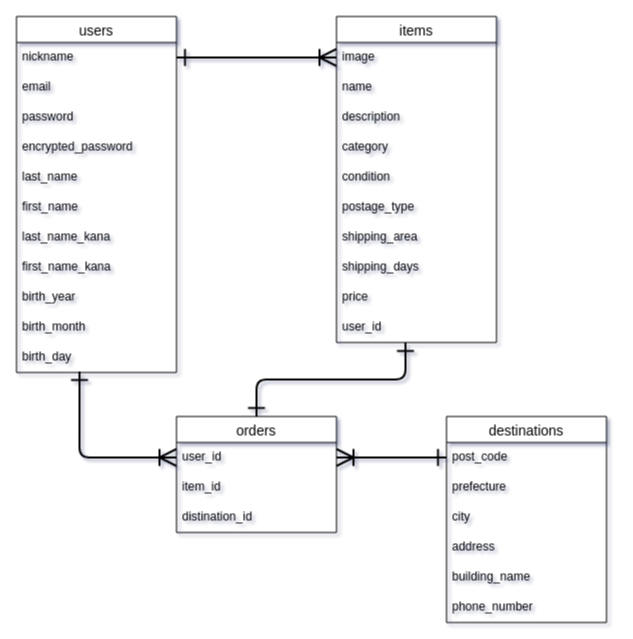
Above: ER_fig.dio in serohan2021/furima-32842 (draw.io), before the change. Source tidied: cells renumbered, new cells numbered last; positions are measured from the earlier drawing's top-left corner, leaving out a move shared by most shapes. Both pictures are drawn from the tidied source at 100%, with x=0, y=0 at pixel (16, 16).
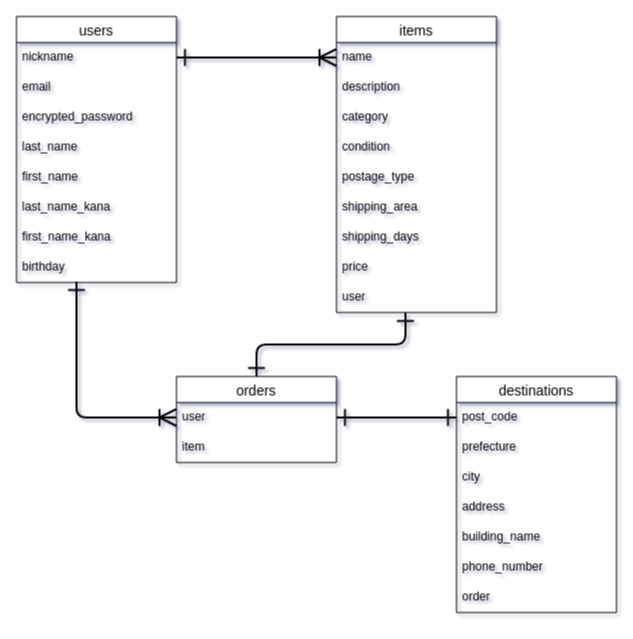
The same page after the edit.

Commit message (it also covers changes not shown here):
ER図とREADMEの修正

コードレビューコメント箇所を趨勢

Unchanged cells that the change refers to:
```xml
<mxCell id="3" value="nickname" style="text;strokeColor=none;fillColor=none;spacingLeft=4;spacingRight=4;overflow=hidden;points=[[0,0.5],[1,0.5]];portConstraint=eastwest;fontSize=12;" parent="2" vertex="1">
  <mxGeometry y="26" width="160" height="30" as="geometry" />
</mxCell>
<mxCell id="30" value="post_code" style="text;strokeColor=none;fillColor=none;spacingLeft=4;spacingRight=4;overflow=hidden;points=[[0,0.5],[1,0.5]];portConstraint=eastwest;fontSize=12;" parent="29" vertex="1">
  <mxGeometry y="26" width="160" height="30" as="geometry" />
</mxCell>
```

Change to the diagram source:
```diff
@@
     <mxCell id="2" value="users" style="swimlane;fontStyle=0;horizontal=1;startSize=26;align=center;fontSize=14;html=0;" parent="1" vertex="1">
-      <mxGeometry width="160" height="356" as="geometry" />
+      <mxGeometry width="160" height="266" as="geometry" />
     </mxCell>
@@
-    <mxCell id="5" value="password" style="text;strokeColor=none;fillColor=none;spacingLeft=4;spacingRight=4;overflow=hidden;fontSize=12;" parent="2" vertex="1">
-      <mxGeometry y="86" width="160" height="30" as="geometry" />
-    </mxCell>
     <mxCell id="6" value="encrypted_password" style="text;strokeColor=none;fillColor=none;spacingLeft=4;spacingRight=4;overflow=hidden;fontSize=12;" parent="2" vertex="1">
-      <mxGeometry y="116" width="160" height="30" as="geometry" />
+      <mxGeometry y="86" width="160" height="30" as="geometry" />
     </mxCell>
     <mxCell id="7" value="last_name" style="text;strokeColor=none;fillColor=none;spacingLeft=4;spacingRight=4;overflow=hidden;fontSize=12;" parent="2" vertex="1">
-      <mxGeometry y="146" width="160" height="30" as="geometry" />
+      <mxGeometry y="116" width="160" height="30" as="geometry" />
     </mxCell>
     <mxCell id="8" value="first_name" style="text;strokeColor=none;fillColor=none;spacingLeft=4;spacingRight=4;overflow=hidden;fontSize=12;" parent="2" vertex="1">
-      <mxGeometry y="176" width="160" height="30" as="geometry" />
+      <mxGeometry y="146" width="160" height="30" as="geometry" />
     </mxCell>
     <mxCell id="9" value="last_name_kana" style="text;strokeColor=none;fillColor=none;spacingLeft=4;spacingRight=4;overflow=hidden;fontSize=12;" parent="2" vertex="1">
-      <mxGeometry y="206" width="160" height="30" as="geometry" />
+      <mxGeometry y="176" width="160" height="30" as="geometry" />
     </mxCell>
     <mxCell id="10" value="first_name_kana" style="text;strokeColor=none;fillColor=none;spacingLeft=4;spacingRight=4;overflow=hidden;fontSize=12;" parent="2" vertex="1">
-      <mxGeometry y="236" width="160" height="30" as="geometry" />
+      <mxGeometry y="206" width="160" height="30" as="geometry" />
     </mxCell>
-    <mxCell id="11" value="birth_year" style="text;strokeColor=none;fillColor=none;spacingLeft=4;spacingRight=4;overflow=hidden;fontSize=12;" parent="2" vertex="1">
-      <mxGeometry y="266" width="160" height="30" as="geometry" />
-    </mxCell>
-    <mxCell id="12" value="birth_month" style="text;strokeColor=none;fillColor=none;spacingLeft=4;spacingRight=4;overflow=hidden;fontSize=12;" parent="2" vertex="1">
-      <mxGeometry y="296" width="160" height="30" as="geometry" />
-    </mxCell>
-    <mxCell id="13" value="birth_day" style="text;strokeColor=none;fillColor=none;spacingLeft=4;spacingRight=4;overflow=hidden;points=[[0,0.5],[1,0.5]];portConstraint=eastwest;fontSize=12;" parent="2" vertex="1">
-      <mxGeometry y="326" width="160" height="30" as="geometry" />
-    </mxCell>
+    <mxCell id="40" value="birthday" style="text;strokeColor=none;fillColor=none;spacingLeft=4;spacingRight=4;overflow=hidden;points=[[0,0.5],[1,0.5]];portConstraint=eastwest;fontSize=12;" parent="2" vertex="1">
+      <mxGeometry y="236" width="160" height="30" as="geometry" />
+    </mxCell>
     <mxCell id="14" value="items" style="swimlane;fontStyle=0;horizontal=1;startSize=26;align=center;fontSize=14;html=0;" parent="1" vertex="1">
-      <mxGeometry x="320" width="160" height="326" as="geometry" />
+      <mxGeometry x="320" width="160" height="296" as="geometry" />
     </mxCell>
-    <mxCell id="15" value="image" style="text;strokeColor=none;fillColor=none;spacingLeft=4;spacingRight=4;overflow=hidden;points=[[0,0.5],[1,0.5]];portConstraint=eastwest;fontSize=12;" parent="14" vertex="1">
-      <mxGeometry y="26" width="160" height="30" as="geometry" />
-    </mxCell>
     <mxCell id="16" value="name" style="text;strokeColor=none;fillColor=none;spacingLeft=4;spacingRight=4;overflow=hidden;fontSize=12;" parent="14" vertex="1">
-      <mxGeometry y="56" width="160" height="30" as="geometry" />
+      <mxGeometry y="26" width="160" height="30" as="geometry" />
     </mxCell>
     <mxCell id="17" value="description" style="text;strokeColor=none;fillColor=none;spacingLeft=4;spacingRight=4;overflow=hidden;fontSize=12;" parent="14" vertex="1">
-      <mxGeometry y="86" width="160" height="30" as="geometry" />
+      <mxGeometry y="56" width="160" height="30" as="geometry" />
     </mxCell>
     <mxCell id="18" value="category" style="text;strokeColor=none;fillColor=none;spacingLeft=4;spacingRight=4;overflow=hidden;fontSize=12;" parent="14" vertex="1">
-      <mxGeometry y="116" width="160" height="30" as="geometry" />
+      <mxGeometry y="86" width="160" height="30" as="geometry" />
     </mxCell>
     <mxCell id="19" value="condition" style="text;strokeColor=none;fillColor=none;spacingLeft=4;spacingRight=4;overflow=hidden;fontSize=12;" parent="14" vertex="1">
-      <mxGeometry y="146" width="160" height="30" as="geometry" />
+      <mxGeometry y="116" width="160" height="30" as="geometry" />
     </mxCell>
     <mxCell id="20" value="postage_type" style="text;strokeColor=none;fillColor=none;spacingLeft=4;spacingRight=4;overflow=hidden;fontSize=12;" parent="14" vertex="1">
-      <mxGeometry y="176" width="160" height="30" as="geometry" />
+      <mxGeometry y="146" width="160" height="30" as="geometry" />
     </mxCell>
     <mxCell id="21" value="shipping_area" style="text;strokeColor=none;fillColor=none;spacingLeft=4;spacingRight=4;overflow=hidden;fontSize=12;" parent="14" vertex="1">
-      <mxGeometry y="206" width="160" height="30" as="geometry" />
+      <mxGeometry y="176" width="160" height="30" as="geometry" />
     </mxCell>
     <mxCell id="22" value="shipping_days" style="text;strokeColor=none;fillColor=none;spacingLeft=4;spacingRight=4;overflow=hidden;fontSize=12;" parent="14" vertex="1">
-      <mxGeometry y="236" width="160" height="30" as="geometry" />
+      <mxGeometry y="206" width="160" height="30" as="geometry" />
     </mxCell>
     <mxCell id="23" value="price" style="text;strokeColor=none;fillColor=none;spacingLeft=4;spacingRight=4;overflow=hidden;fontSize=12;" parent="14" vertex="1">
-      <mxGeometry y="266" width="160" height="30" as="geometry" />
+      <mxGeometry y="236" width="160" height="30" as="geometry" />
     </mxCell>
-    <mxCell id="24" value="user_id" style="text;strokeColor=none;fillColor=none;spacingLeft=4;spacingRight=4;overflow=hidden;points=[[0,0.5],[1,0.5]];portConstraint=eastwest;fontSize=12;" parent="14" vertex="1">
-      <mxGeometry y="296" width="160" height="30" as="geometry" />
+    <mxCell id="24" value="user" style="text;strokeColor=none;fillColor=none;spacingLeft=4;spacingRight=4;overflow=hidden;points=[[0,0.5],[1,0.5]];portConstraint=eastwest;fontSize=12;" parent="14" vertex="1">
+      <mxGeometry y="266" width="160" height="30" as="geometry" />
     </mxCell>
     <mxCell id="25" value="orders" style="swimlane;fontStyle=0;horizontal=1;startSize=26;align=center;fontSize=14;html=0;" parent="1" vertex="1">
-      <mxGeometry x="160" y="400" width="160" height="116" as="geometry" />
+      <mxGeometry x="160" y="360" width="160" height="86" as="geometry" />
     </mxCell>
-    <mxCell id="26" value="user_id" style="text;strokeColor=none;fillColor=none;spacingLeft=4;spacingRight=4;overflow=hidden;points=[[0,0.5],[1,0.5]];portConstraint=eastwest;fontSize=12;" parent="25" vertex="1">
+    <mxCell id="26" value="user" style="text;strokeColor=none;fillColor=none;spacingLeft=4;spacingRight=4;overflow=hidden;points=[[0,0.5],[1,0.5]];portConstraint=eastwest;fontSize=12;" parent="25" vertex="1">
       <mxGeometry y="26" width="160" height="30" as="geometry" />
     </mxCell>
-    <mxCell id="27" value="item_id" style="text;strokeColor=none;fillColor=none;spacingLeft=4;spacingRight=4;overflow=hidden;fontSize=12;" parent="25" vertex="1">
+    <mxCell id="27" value="item" style="text;strokeColor=none;fillColor=none;spacingLeft=4;spacingRight=4;overflow=hidden;fontSize=12;" parent="25" vertex="1">
       <mxGeometry y="56" width="160" height="30" as="geometry" />
     </mxCell>
-    <mxCell id="28" value="distination_id" style="text;strokeColor=none;fillColor=none;spacingLeft=4;spacingRight=4;overflow=hidden;fontSize=12;" parent="25" vertex="1">
-      <mxGeometry y="86" width="160" height="30" as="geometry" />
-    </mxCell>
-    <mxCell id="29" value="destinations" style="swimlane;fontStyle=0;horizontal=1;startSize=26;align=center;fontSize=14;html=0;" parent="1" vertex="1">
-      <mxGeometry x="430" y="400" width="160" height="206" as="geometry" />
+    <mxCell id="29" value="destinations" style="swimlane;fontStyle=0;horizontal=1;startSize=26;align=center;fontSize=14;html=0;labelBorderColor=none;" parent="1" vertex="1">
+      <mxGeometry x="440" y="360" width="160" height="236" as="geometry" />
     </mxCell>
@@
+    <mxCell id="41" value="order" style="text;strokeColor=none;fillColor=none;spacingLeft=4;spacingRight=4;overflow=hidden;fontSize=12;" parent="29" vertex="1">
+      <mxGeometry y="206" width="160" height="30" as="geometry" />
+    </mxCell>
-    <mxCell id="36" style="fontSize=12;html=1;endArrow=ERoneToMany;startArrow=ERone;entryX=1;entryY=0.5;entryDx=0;entryDy=0;strokeWidth=2;endSize=14;startSize=14;targetPerimeterSpacing=0;startFill=0;endFill=0;exitX=0;exitY=0.5;exitDx=0;exitDy=0;" parent="1" edge="1" target="26">
-      <mxGeometry relative="1" as="geometry">
-        <mxPoint x="430" y="441" as="sourcePoint" />
-      </mxGeometry>
+    <mxCell id="36" style="fontSize=12;html=1;endArrow=ERone;startArrow=ERone;entryX=1;entryY=0.5;entryDx=0;entryDy=0;strokeWidth=2;endSize=14;startSize=14;targetPerimeterSpacing=0;startFill=0;endFill=0;exitX=0;exitY=0.5;exitDx=0;exitDy=0;" parent="1" edge="1" source="30" target="26">
+      <mxGeometry relative="1" as="geometry" />
     </mxCell>
-    <mxCell id="37" style="edgeStyle=entityRelationEdgeStyle;fontSize=12;endArrow=ERoneToMany;exitX=1;exitY=0.5;exitDx=0;exitDy=0;entryX=0;entryY=0.5;entryDx=0;entryDy=0;fontStyle=1;labelBackgroundColor=#ffffff;labelBorderColor=none;html=1;spacingTop=-1;strokeWidth=2;endSize=14;startSize=14;startArrow=ERone;startFill=0;" parent="1" edge="1" source="3" target="15">
-      <mxGeometry relative="1" as="geometry" />
+    <mxCell id="37" style="edgeStyle=entityRelationEdgeStyle;fontSize=12;endArrow=ERoneToMany;exitX=1;exitY=0.5;exitDx=0;exitDy=0;entryX=0;entryY=0.5;entryDx=0;entryDy=0;fontStyle=1;labelBackgroundColor=#ffffff;labelBorderColor=none;html=1;spacingTop=-1;strokeWidth=2;endSize=14;startSize=14;startArrow=ERone;startFill=0;" parent="1" edge="1" source="3">
+      <mxGeometry relative="1" as="geometry">
+        <mxPoint x="320" y="41" as="targetPoint" />
+      </mxGeometry>
     </mxCell>
-    <mxCell id="38" style="fontSize=12;html=1;endArrow=ERoneToMany;startArrow=ERone;exitX=0.394;exitY=0.967;exitDx=0;exitDy=0;edgeStyle=orthogonalEdgeStyle;elbow=vertical;strokeWidth=2;endSize=14;startSize=14;startFill=0;endFill=0;exitPerimeter=0;entryX=0;entryY=0.5;entryDx=0;entryDy=0;" parent="1" edge="1" source="13" target="26">
-      <mxGeometry relative="1" as="geometry">
-        <Array as="points">
-          <mxPoint x="63" y="441" />
-        </Array>
-      </mxGeometry>
+    <mxCell id="38" style="fontSize=12;html=1;endArrow=ERoneToMany;startArrow=ERone;edgeStyle=orthogonalEdgeStyle;elbow=vertical;strokeWidth=2;endSize=14;startSize=14;startFill=0;endFill=0;entryX=0;entryY=0.5;entryDx=0;entryDy=0;exitX=0.375;exitY=0.967;exitDx=0;exitDy=0;exitPerimeter=0;" parent="1" edge="1" source="40" target="26">
+      <mxGeometry relative="1" as="geometry" />
     </mxCell>
```
